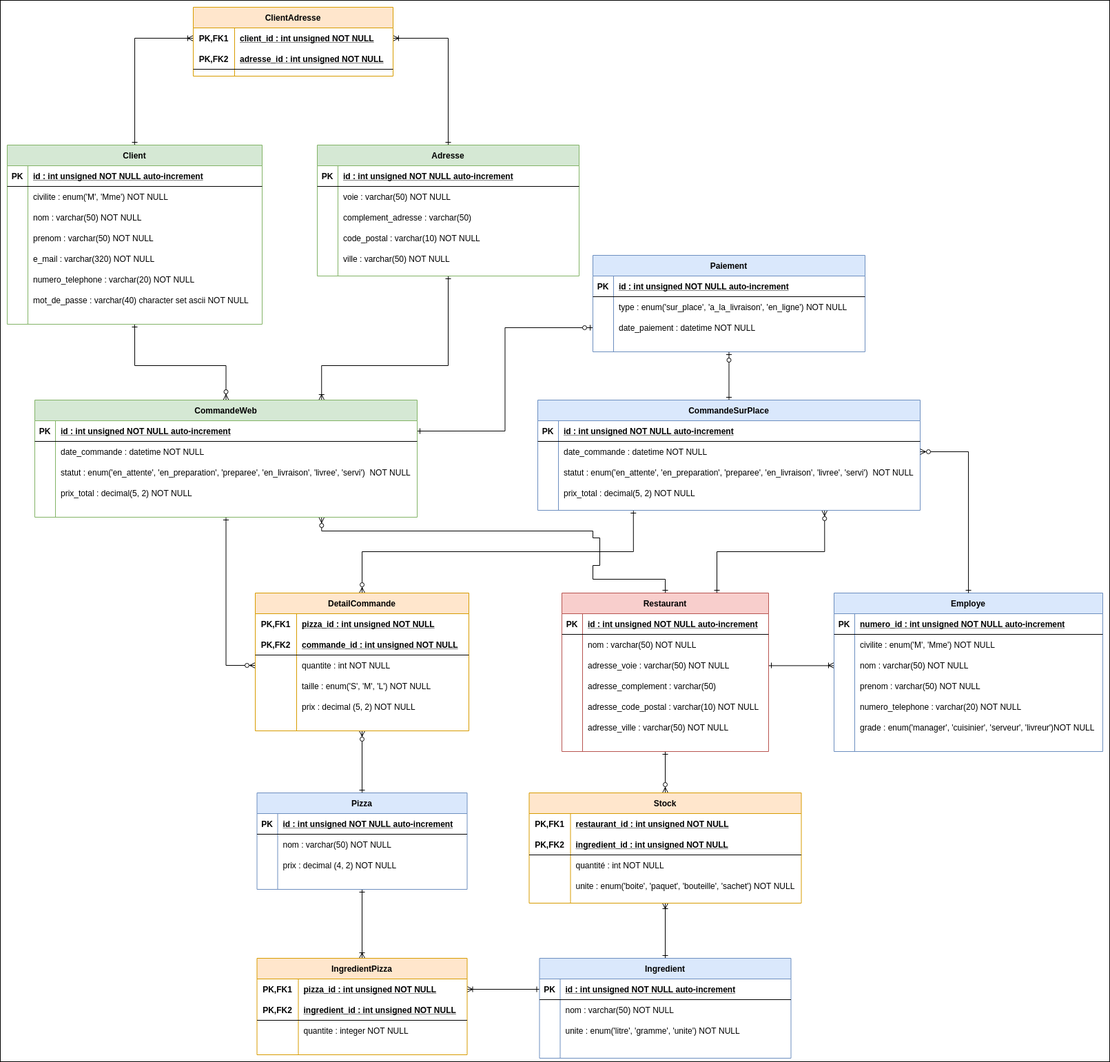
micktymoon/P6_pelletier_c-line keeps this draw.io diagram as P6_MPD.png. Above is the earlier version. Source tidied: cells renumbered, new cells last; positions are measured from the earlier drawing's top-left corner, leaving out a move shared by most shapes.
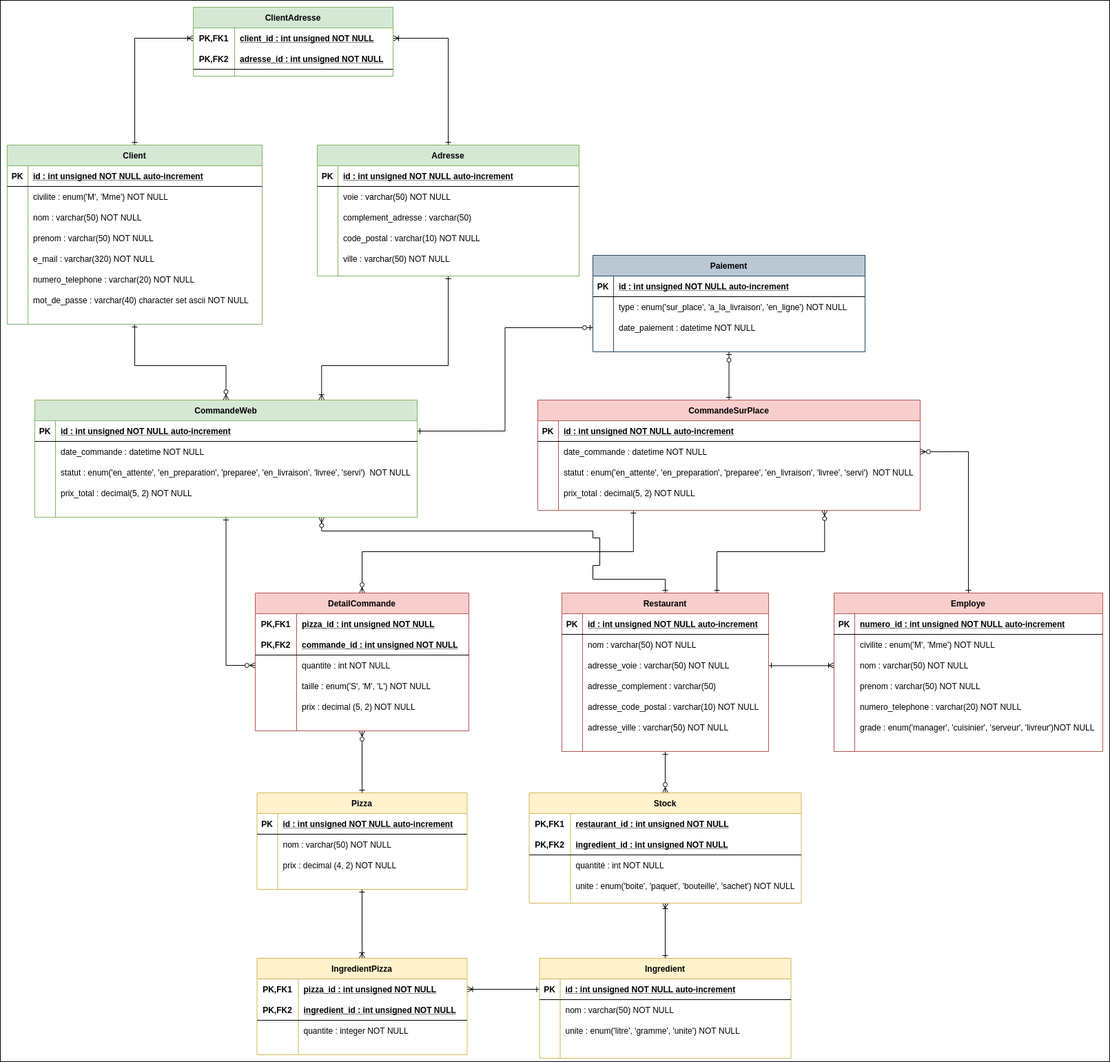
After the commit.

Commit message:
diag classe modifé et MPD modifé

The edit, as a diff of the source:
```diff
@@ -130,7 +130,7 @@
     <mxCell id="37" value="adresse_ville : varchar(50) NOT NULL" style="shape=partialRectangle;fillColor=none;top=0;left=0;bottom=0;right=0;align=left;spacingLeft=6;overflow=hidden;" parent="35" vertex="1">
       <mxGeometry x="30" width="270" height="30" as="geometry" />
     </mxCell>
-    <mxCell id="38" value="Pizza" style="shape=table;startSize=30;rowLines=0;fontStyle=1;align=center;fillColor=#dae8fc;strokeColor=#6c8ebf;" parent="1" vertex="1">
+    <mxCell id="38" value="Pizza" style="shape=table;startSize=30;rowLines=0;fontStyle=1;align=center;fillColor=#fff2cc;strokeColor=#d6b656;" parent="1" vertex="1">
       <mxGeometry x="372.5" y="1150" width="305" height="140" as="geometry" />
     </mxCell>
     <mxCell id="39" style="shape=partialRectangle;fillColor=none;top=0;left=0;right=0;bottom=1;" parent="38" vertex="1">
@@ -160,7 +160,7 @@
     <mxCell id="47" value="prix : decimal (4, 2) NOT NULL" style="shape=partialRectangle;overflow=hidden;fillColor=none;top=0;left=0;bottom=0;right=0;align=left;spacingLeft=6;" parent="45" vertex="1">
       <mxGeometry x="30" width="275" height="30" as="geometry" />
     </mxCell>
-    <mxCell id="48" value="DetailCommande" style="shape=table;startSize=30;rowLines=0;fontStyle=1;align=center;fillColor=#ffe6cc;strokeColor=#d79b00;" parent="1" vertex="1">
+    <mxCell id="48" value="DetailCommande" style="shape=table;startSize=30;rowLines=0;fontStyle=1;align=center;fillColor=#f8cecc;strokeColor=#b85450;" parent="1" vertex="1">
       <mxGeometry x="370" y="860" width="310" height="200" as="geometry" />
     </mxCell>
     <mxCell id="49" style="shape=partialRectangle;fillColor=none;top=0;left=0;bottom=0;right=0;" parent="48" vertex="1">
@@ -208,7 +208,7 @@
     <mxCell id="63" value="prix : decimal (5, 2) NOT NULL" style="shape=partialRectangle;fillColor=none;top=0;left=0;bottom=0;right=0;align=left;spacingLeft=6;overflow=hidden;" parent="61" vertex="1">
       <mxGeometry x="60" width="250" height="30" as="geometry" />
     </mxCell>
-    <mxCell id="64" value="IngredientPizza" style="shape=table;startSize=30;rowLines=0;fontStyle=1;align=center;fillColor=#ffe6cc;strokeColor=#d79b00;" parent="1" vertex="1">
+    <mxCell id="64" value="IngredientPizza" style="shape=table;startSize=30;rowLines=0;fontStyle=1;align=center;fillColor=#fff2cc;strokeColor=#d6b656;" parent="1" vertex="1">
       <mxGeometry x="372.5" y="1390" width="305" height="140" as="geometry" />
     </mxCell>
     <mxCell id="65" style="shape=partialRectangle;fillColor=none;top=0;left=0;bottom=0;right=0;points=[[0,0.5],[1,0.5]];portConstraint=eastwest;" parent="64" vertex="1">
@@ -343,7 +343,7 @@
     <mxCell id="108" value="prix_total : decimal(5, 2) NOT NULL" style="shape=partialRectangle;fillColor=none;top=0;left=0;bottom=0;right=0;align=left;spacingLeft=6;overflow=hidden;" parent="106" vertex="1">
       <mxGeometry x="30" width="525" height="30" as="geometry" />
     </mxCell>
-    <mxCell id="109" value="CommandeSurPlace" style="shape=table;startSize=30;rowLines=0;fontStyle=1;align=center;fillColor=#dae8fc;strokeColor=#6c8ebf;" parent="1" vertex="1">
+    <mxCell id="109" value="CommandeSurPlace" style="shape=table;startSize=30;rowLines=0;fontStyle=1;align=center;fillColor=#f8cecc;strokeColor=#b85450;" parent="1" vertex="1">
       <mxGeometry x="780" y="580" width="555" height="160" as="geometry" />
     </mxCell>
     <mxCell id="110" style="shape=partialRectangle;fillColor=none;top=0;left=0;bottom=1;right=0;" parent="109" vertex="1">
@@ -382,7 +382,7 @@
     <mxCell id="121" value="prix_total : decimal(5, 2) NOT NULL" style="shape=partialRectangle;fillColor=none;top=0;left=0;bottom=0;right=0;align=left;spacingLeft=6;overflow=hidden;" parent="119" vertex="1">
       <mxGeometry x="30" width="525" height="30" as="geometry" />
     </mxCell>
-    <mxCell id="122" value="Paiement" style="shape=table;startSize=30;rowLines=0;fontStyle=1;align=center;fillColor=#dae8fc;strokeColor=#6c8ebf;" parent="1" vertex="1">
+    <mxCell id="122" value="Paiement" style="shape=table;startSize=30;rowLines=0;fontStyle=1;align=center;fillColor=#bac8d3;strokeColor=#23445d;" parent="1" vertex="1">
       <mxGeometry x="860" y="370" width="395" height="140" as="geometry" />
     </mxCell>
     <mxCell id="123" style="shape=partialRectangle;fillColor=none;top=0;left=0;right=0;bottom=1;" parent="122" vertex="1">
@@ -460,7 +460,7 @@
     <mxCell id="147" value="ville : varchar(50) NOT NULL" style="shape=partialRectangle;fillColor=none;top=0;left=0;bottom=0;right=0;align=left;spacingLeft=6;overflow=hidden;" parent="145" vertex="1">
       <mxGeometry x="30" width="350" height="30" as="geometry" />
     </mxCell>
-    <mxCell id="148" value="ClientAdresse" style="shape=table;startSize=30;rowLines=0;fontStyle=1;align=center;fillColor=#ffe6cc;strokeColor=#d79b00;" parent="1" vertex="1">
+    <mxCell id="148" value="ClientAdresse" style="shape=table;startSize=30;rowLines=0;fontStyle=1;align=center;fillColor=#d5e8d4;strokeColor=#82b366;" parent="1" vertex="1">
       <mxGeometry x="280" y="10" width="290" height="100" as="geometry" />
     </mxCell>
     <mxCell id="149" style="shape=partialRectangle;fillColor=none;top=0;left=0;bottom=0;right=0;points=[[0,0.5],[1,0.5]];portConstraint=eastwest;" parent="148" vertex="1">
@@ -481,7 +481,7 @@
     <mxCell id="154" value="adresse_id : int unsigned NOT NULL" style="shape=partialRectangle;fillColor=none;top=0;left=0;bottom=0;right=0;align=left;spacingLeft=6;fontStyle=5;overflow=hidden;" parent="152" vertex="1">
       <mxGeometry x="60" width="230" height="30" as="geometry" />
     </mxCell>
-    <mxCell id="155" value="Employe" style="shape=table;startSize=30;rowLines=0;fontStyle=1;align=center;fillColor=#dae8fc;strokeColor=#6c8ebf;" parent="1" vertex="1">
+    <mxCell id="155" value="Employe" style="shape=table;startSize=30;rowLines=0;fontStyle=1;align=center;fillColor=#f8cecc;strokeColor=#b85450;" parent="1" vertex="1">
       <mxGeometry x="1210" y="860" width="390" height="230" as="geometry" />
     </mxCell>
     <mxCell id="156" style="shape=partialRectangle;fillColor=none;top=0;left=0;right=0;bottom=1;" parent="155" vertex="1">
@@ -541,7 +541,7 @@
     <mxCell id="174" style="edgeStyle=orthogonalEdgeStyle;rounded=0;jettySize=auto;elbow=vertical;html=1;exitX=1;exitY=0.5;exitDx=0;exitDy=0;startArrow=ERzeroToMany;startFill=1;endArrow=ERone;endFill=0;" parent="1" edge="1" source="113" target="155">
       <mxGeometry relative="1" as="geometry" />
     </mxCell>
-    <mxCell id="175" value="Ingredient" style="shape=table;startSize=30;rowLines=0;fontStyle=1;align=center;fillColor=#dae8fc;strokeColor=#6c8ebf;" parent="1" vertex="1">
+    <mxCell id="175" value="Ingredient" style="shape=table;startSize=30;rowLines=0;fontStyle=1;align=center;fillColor=#fff2cc;strokeColor=#d6b656;" parent="1" vertex="1">
       <mxGeometry x="782.5" y="1390" width="365" height="145" as="geometry" />
     </mxCell>
     <mxCell id="176" style="shape=partialRectangle;fillColor=none;points=[[0,0.5],[1,0.5]];portConstraint=eastwest;top=0;left=0;right=0;bottom=1;" parent="175" vertex="1">
@@ -571,7 +571,7 @@
     <mxCell id="184" value="unite : enum('litre', 'gramme', 'unite') NOT NULL" style="shape=partialRectangle;overflow=hidden;fillColor=none;top=0;left=0;bottom=0;right=0;align=left;spacingLeft=6;" parent="182" vertex="1">
       <mxGeometry x="30" width="335" height="30" as="geometry" />
     </mxCell>
-    <mxCell id="185" value="Stock" style="shape=table;startSize=30;rowLines=0;fontStyle=1;align=center;fillColor=#ffe6cc;strokeColor=#d79b00;" parent="1" vertex="1">
+    <mxCell id="185" value="Stock" style="shape=table;startSize=30;rowLines=0;fontStyle=1;align=center;fillColor=#fff2cc;strokeColor=#d6b656;" parent="1" vertex="1">
       <mxGeometry x="767.5" y="1150" width="395" height="160" as="geometry" />
     </mxCell>
     <mxCell id="186" style="shape=partialRectangle;fillColor=none;top=0;left=0;bottom=0;right=0;" parent="185" vertex="1">
```
